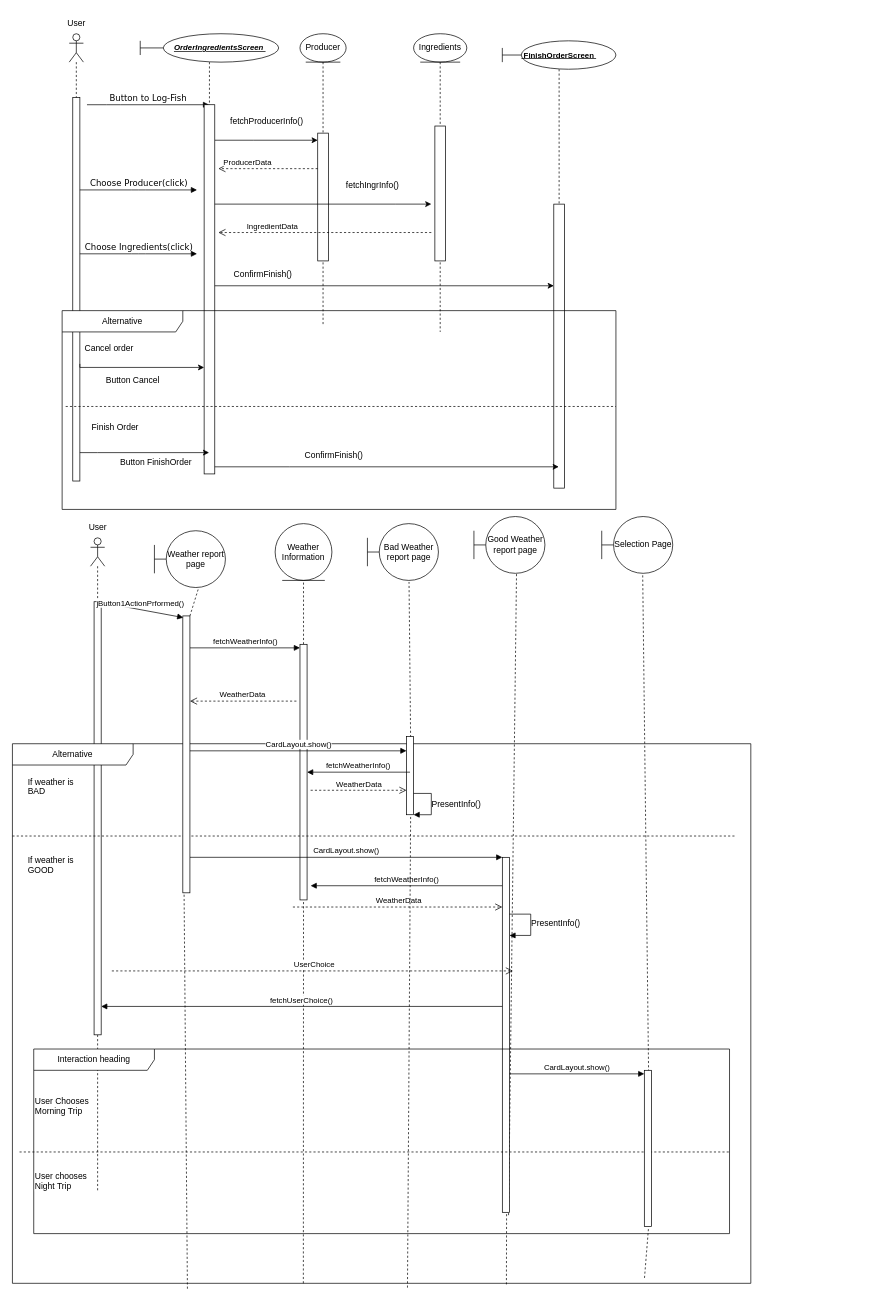
Above: Delivarable3/SequenceDiagram/Untitled Diagram.drawio in TMCEID/SoftEngFishApp (draw.io), before the change. Source tidied: cells renumbered, new cells numbered last; positions are measured from the earlier drawing's top-left corner, leaving out a move shared by most shapes. Both pictures are drawn from the tidied source at 71%, with x=0, y=0 at pixel (12, 12).
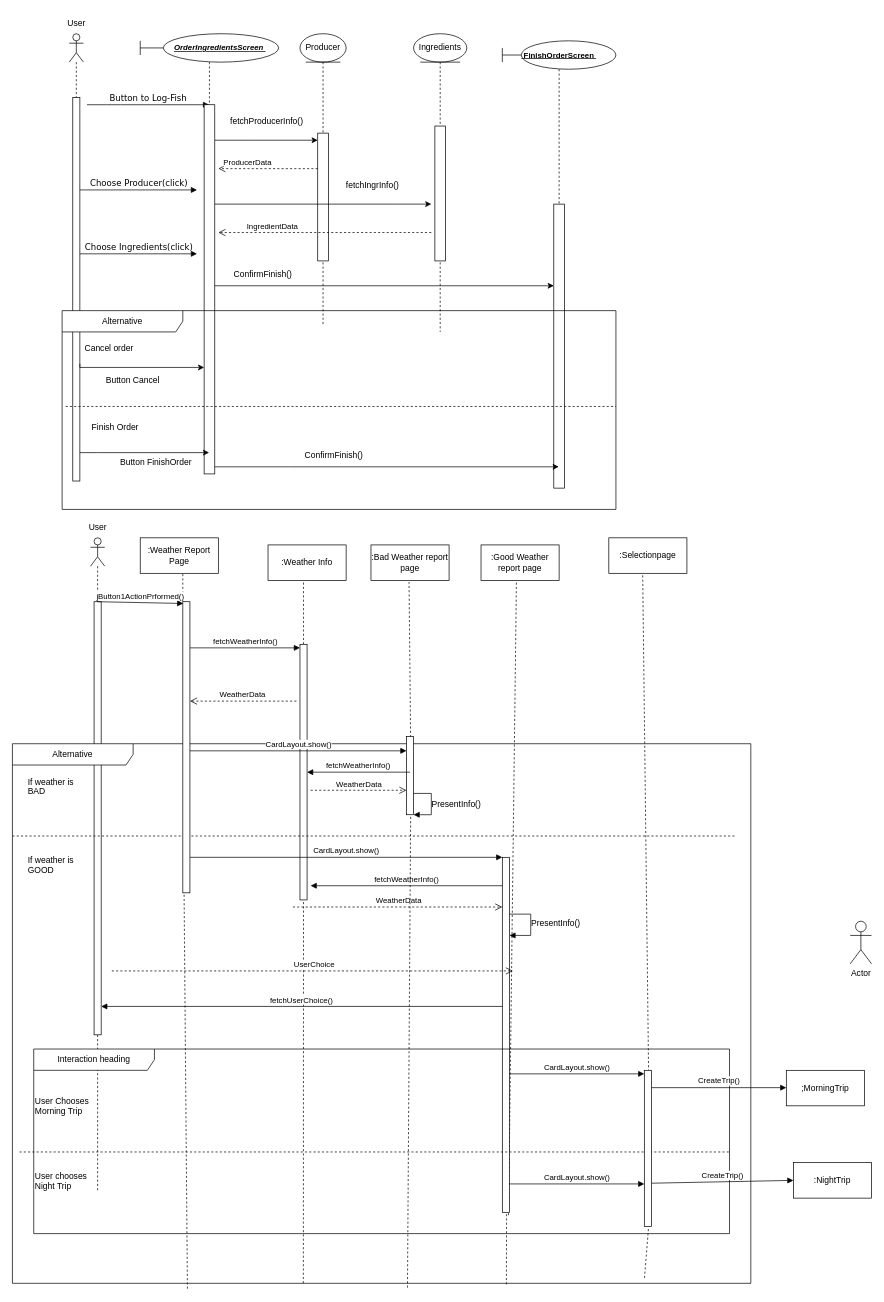
Above is the later version.

Commit message:
Weather report final

The change refers to these unchanged cells:
```xml
<mxCell id="18" style="html=1;points=[[0,0,0,0,5],[0,1,0,0,-5],[1,0,0,0,5],[1,1,0,0,-5]];perimeter=orthogonalPerimeter;outlineConnect=0;targetShapes=umlLifeline;portConstraint=eastwest;newEdgeStyle={&quot;curved&quot;:0,&quot;rounded&quot;:0};" parent="1" vertex="1">
  <mxGeometry x="405" y="890" width="10" height="360" as="geometry" />
</mxCell>
<mxCell id="21" value="Alternative" style="shape=umlFrame;whiteSpace=wrap;html=1;width=170;" parent="1" vertex="1">
  <mxGeometry y="1030" width="1040" height="760" as="geometry" />
</mxCell>
<mxCell id="26" style="html=1;points=[[0,0,0,0,5],[0,1,0,0,-5],[1,0,0,0,5],[1,1,0,0,-5]];perimeter=orthogonalPerimeter;outlineConnect=0;targetShapes=umlLifeline;portConstraint=eastwest;newEdgeStyle={&quot;curved&quot;:0,&quot;rounded&quot;:0};" parent="21" vertex="1">
  <mxGeometry x="690" y="160" width="10" height="500" as="geometry" />
</mxCell>
<mxCell id="34" value="Interaction heading" style="shape=umlFrame;whiteSpace=wrap;html=1;width=170;" parent="21" vertex="1">
  <mxGeometry x="30" y="430" width="980" height="260" as="geometry" />
</mxCell>
<mxCell id="41" style="html=1;points=[[0,0,0,0,5],[0,1,0,0,-5],[1,0,0,0,5],[1,1,0,0,-5]];perimeter=orthogonalPerimeter;outlineConnect=0;targetShapes=umlLifeline;portConstraint=eastwest;newEdgeStyle={&quot;curved&quot;:0,&quot;rounded&quot;:0};" parent="1" vertex="1">
  <mxGeometry x="555" y="1020" width="10" height="110" as="geometry" />
</mxCell>
<mxCell id="63" style="html=1;points=[[0,0,0,0,5],[0,1,0,0,-5],[1,0,0,0,5],[1,1,0,0,-5]];perimeter=orthogonalPerimeter;outlineConnect=0;targetShapes=umlLifeline;portConstraint=eastwest;newEdgeStyle={&quot;curved&quot;:0,&quot;rounded&quot;:0};" parent="1" vertex="1">
  <mxGeometry x="890" y="1490" width="10" height="220" as="geometry" />
</mxCell>
```

The edit, as a diff of the source:
```diff
@@
-    <mxCell id="3" value="Weather report page" style="shape=umlBoundary;whiteSpace=wrap;html=1;" parent="1" vertex="1">
-      <mxGeometry x="200" y="730" width="100" height="80" as="geometry" />
-    </mxCell>
-    <mxCell id="4" value="Bad Weather report page" style="shape=umlBoundary;whiteSpace=wrap;html=1;" parent="1" vertex="1">
-      <mxGeometry x="500" y="720" width="100" height="80" as="geometry" />
-    </mxCell>
-    <mxCell id="5" value="Good Weather report page" style="shape=umlBoundary;whiteSpace=wrap;html=1;" parent="1" vertex="1">
-      <mxGeometry x="650" y="710" width="100" height="80" as="geometry" />
-    </mxCell>
-    <mxCell id="6" value="Selection Page" style="shape=umlBoundary;whiteSpace=wrap;html=1;" parent="1" vertex="1">
-      <mxGeometry x="830" y="710" width="100" height="80" as="geometry" />
-    </mxCell>
@@
-    <mxCell id="10" style="html=1;verticalAlign=bottom;endArrow=none;dashed=1;labelBackgroundColor=none;fontFamily=Verdana;fontSize=12;elbow=vertical;startFill=0;entryX=0.62;entryY=1.016;entryDx=0;entryDy=0;entryPerimeter=0;" parent="1" edge="1" source="39" target="3">
+    <mxCell id="10" style="html=1;verticalAlign=bottom;endArrow=none;dashed=1;labelBackgroundColor=none;fontFamily=Verdana;fontSize=12;elbow=vertical;startFill=0;entryX=0.545;entryY=1;entryDx=0;entryDy=0;entryPerimeter=0;" parent="1" edge="1" source="39" target="89">
       <mxGeometry relative="1" as="geometry" />
     </mxCell>
-    <mxCell id="11" style="html=1;verticalAlign=bottom;endArrow=none;dashed=1;labelBackgroundColor=none;fontFamily=Verdana;fontSize=12;elbow=vertical;startFill=0;entryX=0.586;entryY=1.027;entryDx=0;entryDy=0;entryPerimeter=0;exitX=0.691;exitY=0.988;exitDx=0;exitDy=0;exitPerimeter=0;" parent="1" edge="1" source="41" target="4">
-      <mxGeometry relative="1" as="geometry" />
+    <mxCell id="11" style="html=1;verticalAlign=bottom;endArrow=none;dashed=1;labelBackgroundColor=none;fontFamily=Verdana;fontSize=12;elbow=vertical;startFill=0;entryX=0.586;entryY=1.027;entryDx=0;entryDy=0;entryPerimeter=0;exitX=0.691;exitY=0.988;exitDx=0;exitDy=0;exitPerimeter=0;" parent="1" edge="1" source="41">
+      <mxGeometry relative="1" as="geometry">
+        <mxPoint x="558.6" y="802.2" as="targetPoint" />
+      </mxGeometry>
     </mxCell>
-    <mxCell id="12" style="html=1;verticalAlign=bottom;endArrow=none;dashed=1;labelBackgroundColor=none;fontFamily=Verdana;fontSize=12;elbow=vertical;startFill=0;entryX=0.577;entryY=1.016;entryDx=0;entryDy=0;entryPerimeter=0;exitX=0.856;exitY=0.99;exitDx=0;exitDy=0;exitPerimeter=0;" parent="1" edge="1" source="63" target="6">
-      <mxGeometry relative="1" as="geometry" />
+    <mxCell id="12" style="html=1;verticalAlign=bottom;endArrow=none;dashed=1;labelBackgroundColor=none;fontFamily=Verdana;fontSize=12;elbow=vertical;startFill=0;entryX=0.577;entryY=1.016;entryDx=0;entryDy=0;entryPerimeter=0;exitX=0.856;exitY=0.99;exitDx=0;exitDy=0;exitPerimeter=0;" parent="1" edge="1" source="63">
+      <mxGeometry relative="1" as="geometry">
+        <mxPoint x="887.7" y="791.3" as="targetPoint" />
+      </mxGeometry>
     </mxCell>
-    <mxCell id="13" style="html=1;verticalAlign=bottom;endArrow=none;dashed=1;labelBackgroundColor=none;fontFamily=Verdana;fontSize=12;elbow=vertical;startFill=0;entryX=0.6;entryY=1;entryDx=0;entryDy=0;entryPerimeter=0;exitX=0.877;exitY=1.008;exitDx=0;exitDy=0;exitPerimeter=0;" parent="1" edge="1" source="26" target="5">
-      <mxGeometry relative="1" as="geometry" />
+    <mxCell id="13" style="html=1;verticalAlign=bottom;endArrow=none;dashed=1;labelBackgroundColor=none;fontFamily=Verdana;fontSize=12;elbow=vertical;startFill=0;entryX=0.6;entryY=1;entryDx=0;entryDy=0;entryPerimeter=0;exitX=0.877;exitY=1.008;exitDx=0;exitDy=0;exitPerimeter=0;" parent="1" edge="1" source="26">
+      <mxGeometry relative="1" as="geometry">
+        <mxPoint x="710" y="790" as="targetPoint" />
+      </mxGeometry>
     </mxCell>
@@
-    <mxCell id="15" value="Weather Information" style="ellipse;shape=umlEntity;whiteSpace=wrap;html=1;" parent="1" vertex="1">
-      <mxGeometry x="370" y="720" width="80" height="80" as="geometry" />
-    </mxCell>
-    <mxCell id="16" style="html=1;verticalAlign=bottom;endArrow=none;dashed=1;labelBackgroundColor=none;fontFamily=Verdana;fontSize=12;elbow=vertical;startFill=0;entryX=0.5;entryY=1;entryDx=0;entryDy=0;" parent="1" edge="1" source="18" target="15">
-      <mxGeometry relative="1" as="geometry" />
+    <mxCell id="16" style="html=1;verticalAlign=bottom;endArrow=none;dashed=1;labelBackgroundColor=none;fontFamily=Verdana;fontSize=12;elbow=vertical;startFill=0;entryX=0.5;entryY=1;entryDx=0;entryDy=0;" parent="1" edge="1" source="18">
+      <mxGeometry relative="1" as="geometry">
+        <mxPoint x="410" y="800" as="targetPoint" />
+      </mxGeometry>
     </mxCell>
@@
+    <mxCell id="79" value="CardLayout.show()" style="html=1;verticalAlign=bottom;endArrow=block;curved=0;rounded=0;entryX=0;entryY=0;entryDx=0;entryDy=5;entryPerimeter=0;" parent="34" edge="1">
+      <mxGeometry relative="1" as="geometry">
+        <mxPoint x="670" y="190" as="sourcePoint" />
+        <mxPoint x="860" y="190" as="targetPoint" />
+      </mxGeometry>
+    </mxCell>
+    <mxCell id="80" value="CreateTrip()" style="html=1;verticalAlign=bottom;endArrow=block;curved=0;rounded=0;entryX=0;entryY=0.5;entryDx=0;entryDy=0;" parent="34" edge="1" target="83">
+      <mxGeometry relative="1" as="geometry">
+        <mxPoint x="870" y="189" as="sourcePoint" />
+      </mxGeometry>
+    </mxCell>
@@
     <mxCell id="39" style="html=1;points=[[0,0,0,0,5],[0,1,0,0,-5],[1,0,0,0,5],[1,1,0,0,-5]];perimeter=orthogonalPerimeter;outlineConnect=0;targetShapes=umlLifeline;portConstraint=eastwest;newEdgeStyle={&quot;curved&quot;:0,&quot;rounded&quot;:0};" parent="21" vertex="1">
-      <mxGeometry x="240" y="-180" width="10" height="390" as="geometry" />
+      <mxGeometry x="240" y="-200" width="10" height="410" as="geometry" />
     </mxCell>
@@
+    <mxCell id="81" value="Actor" style="shape=umlActor;verticalLabelPosition=bottom;verticalAlign=top;html=1;" parent="1" vertex="1">
+      <mxGeometry x="1180" y="1280" width="30" height="60" as="geometry" />
+    </mxCell>
@@
+    <mxCell id="82" value=";MorningTrip" style="html=1;whiteSpace=wrap;" parent="1" vertex="1">
+      <mxGeometry x="1090" y="1490" width="110" height="50" as="geometry" />
+    </mxCell>
+    <mxCell id="83" value=":NightTrip" style="html=1;whiteSpace=wrap;" parent="1" vertex="1">
+      <mxGeometry x="1100" y="1620" width="110" height="50" as="geometry" />
+    </mxCell>
+    <mxCell id="84" value="CreateTrip()" style="html=1;verticalAlign=bottom;endArrow=block;curved=0;rounded=0;entryX=0;entryY=0;entryDx=0;entryDy=5;entryPerimeter=0;" parent="1" edge="1">
+      <mxGeometry relative="1" as="geometry">
+        <mxPoint x="900" y="1514.4" as="sourcePoint" />
+        <mxPoint x="1090" y="1514.4" as="targetPoint" />
+      </mxGeometry>
+    </mxCell>
+    <mxCell id="85" value=":Selectionpage" style="html=1;whiteSpace=wrap;" parent="1" vertex="1">
+      <mxGeometry x="840" y="740" width="110" height="50" as="geometry" />
+    </mxCell>
+    <mxCell id="86" value=":Good Weather report page" style="html=1;whiteSpace=wrap;" parent="1" vertex="1">
+      <mxGeometry x="660" y="750" width="110" height="50" as="geometry" />
+    </mxCell>
+    <mxCell id="87" value=":Bad Weather report page" style="html=1;whiteSpace=wrap;" parent="1" vertex="1">
+      <mxGeometry x="505" y="750" width="110" height="50" as="geometry" />
+    </mxCell>
+    <mxCell id="88" value=":Weather Info" style="html=1;whiteSpace=wrap;" parent="1" vertex="1">
+      <mxGeometry x="360" y="750" width="110" height="50" as="geometry" />
+    </mxCell>
+    <mxCell id="89" value=":Weather Report Page" style="html=1;whiteSpace=wrap;" parent="1" vertex="1">
+      <mxGeometry x="180" y="740" width="110" height="50" as="geometry" />
+    </mxCell>
```
